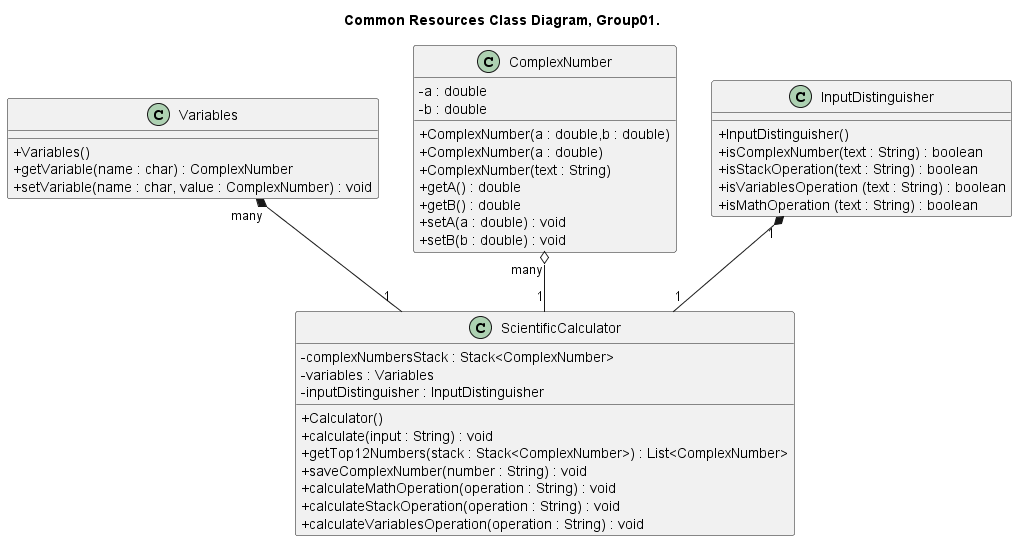
The PlantUML diagram class_diagram/ClassDiagramsGraphicalView/Common Resources ClassDiagram, Group01..png in CiroCutolo/Scientific_Calculator_group01_2023, before a commit.
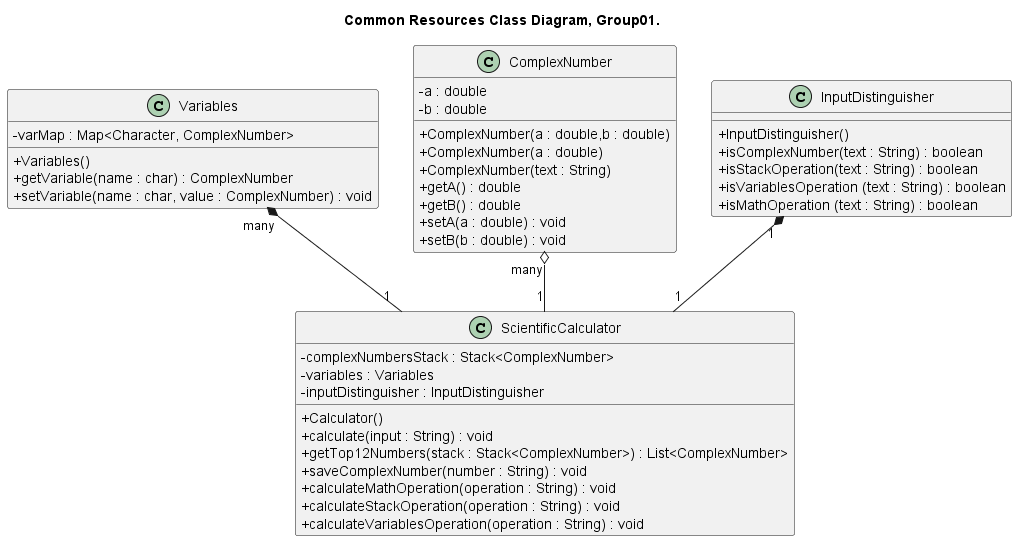
Later version of the same file.

Diff of the diagram source:
```diff
@@ -4,6 +4,7 @@
 
 skinparam ClassAttributeIconSize 0
 class Variables{
+    - varMap : Map<Character, ComplexNumber>
     + Variables()
     + getVariable(name : char) : ComplexNumber
     + setVariable(name : char, value : ComplexNumber) : void
```
